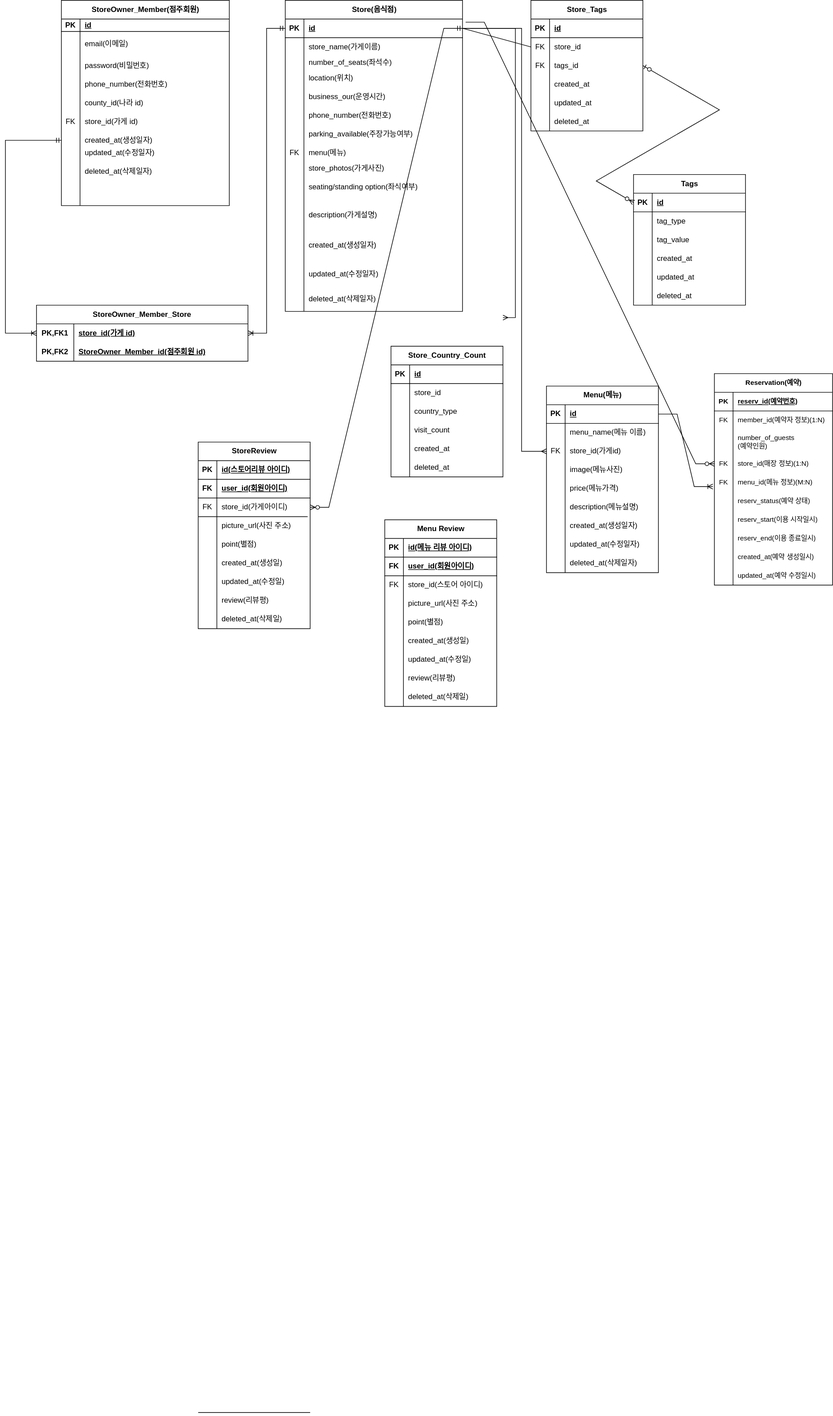
Before: document/samsik.svg, a diagram exported from draw.io (gunsight1/boot-up1-samsik). Source tidied: cells renumbered, new cells last; positions are measured from the earlier drawing's top-left corner, leaving out a move shared by most shapes.
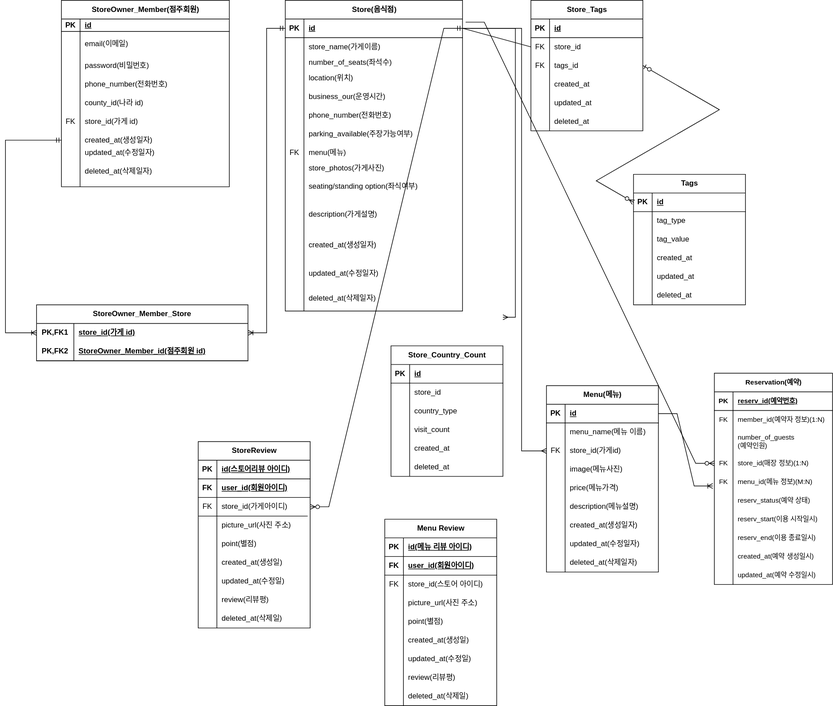
The same diagram one commit later.

The edit, as a diff of the source:
```diff
@@ -500,9 +500,6 @@
     <mxCell id="167" value="deleted_at(삭제일)" style="shape=partialRectangle;fillColor=none;top=0;left=0;bottom=0;right=0;align=left;spacingLeft=6;overflow=hidden;whiteSpace=wrap;html=1;" parent="165" vertex="1">
       <mxGeometry x="30" width="150" height="30" as="geometry" />
     </mxCell>
-    <mxCell id="168" style="line;strokeWidth=1;dashed=0;labelPosition=right;align=left;verticalAlign=middle;spacingTop=0;spacingLeft=6;" parent="1" vertex="1">
-      <mxGeometry x="310" y="2265" width="180" height="10" as="geometry" />
-    </mxCell>
     <mxCell id="169" style="line;strokeWidth=1;dashed=0;labelPosition=right;align=left;verticalAlign=middle;spacingTop=0;spacingLeft=6;" parent="1" vertex="1">
       <mxGeometry x="310" y="825" width="176" height="10" as="geometry" />
     </mxCell>
@@ -687,7 +684,7 @@
       <mxGeometry x="90" width="290" height="330" as="geometry" />
     </mxCell>
     <mxCell id="230" value="StoreOwner_Member(점주회원)" style="shape=table;startSize=30;rowLines=0;fontStyle=1;align=center;html=1;" parent="229" vertex="1">
-      <mxGeometry width="270" height="330" as="geometry" />
+      <mxGeometry width="270" height="300" as="geometry" />
     </mxCell>
     <mxCell id="231" style="shape=tableRow;horizontal=0;startSize=0;swimlaneHead=0;swimlaneBody=0;fillColor=none;top=0;left=0;right=0;bottom=1;" parent="230" vertex="1">
       <mxGeometry y="30" width="270" height="20" as="geometry" />
@@ -770,15 +767,6 @@
     <mxCell id="257" style="shape=partialRectangle;fillColor=none;top=0;left=0;bottom=0;right=0;align=left;spacingLeft=6;overflow=hidden;whiteSpace=wrap;html=1;" parent="255" vertex="1">
       <mxGeometry x="30" width="240" height="30" as="geometry" />
     </mxCell>
-    <mxCell id="258" style="shape=tableRow;horizontal=0;startSize=0;swimlaneHead=0;swimlaneBody=0;fillColor=none;top=0;left=0;right=0;bottom=0;" parent="230" vertex="1">
-      <mxGeometry y="300" width="270" height="30" as="geometry" />
-    </mxCell>
-    <mxCell id="259" style="shape=partialRectangle;fillColor=none;top=0;left=0;bottom=0;right=0;overflow=hidden;whiteSpace=wrap;html=1;" parent="258" vertex="1">
-      <mxGeometry width="30" height="30" as="geometry" />
-    </mxCell>
-    <mxCell id="260" style="shape=partialRectangle;fillColor=none;top=0;left=0;bottom=0;right=0;align=left;spacingLeft=6;overflow=hidden;whiteSpace=wrap;html=1;" parent="258" vertex="1">
-      <mxGeometry x="30" width="240" height="30" as="geometry" />
-    </mxCell>
     <mxCell id="261" value="county_id(나라 id)" style="shape=partialRectangle;fillColor=none;top=0;left=0;bottom=0;right=0;align=left;spacingLeft=6;overflow=hidden;whiteSpace=wrap;html=1;" parent="229" vertex="1">
       <mxGeometry x="30" y="150" width="190" height="30" as="geometry" />
     </mxCell>
```
